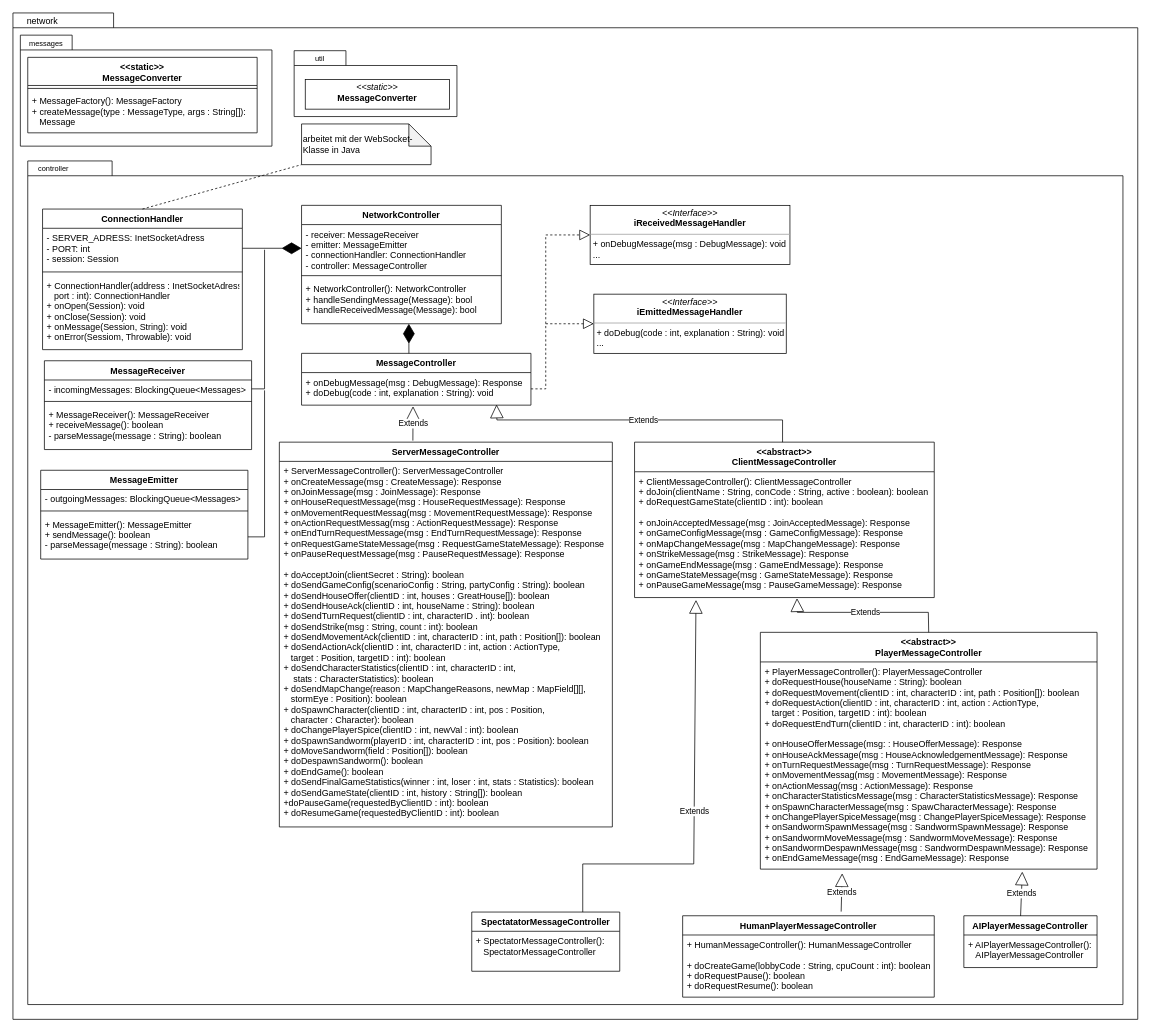
LeverageAlex/DuneRTS keeps this draw.io diagram as page "Netzwerk" (1 of 3) of Documentation/Models/Netzwerk-Klassendiagramm.drawio. Above is the earlier version. Source tidied: cells renumbered, new cells numbered last; positions are measured from the earlier drawing's top-left corner, leaving out a move shared by most shapes. Both pictures are drawn from the tidied source at 74%, with x=0, y=0 at pixel (13, 13).
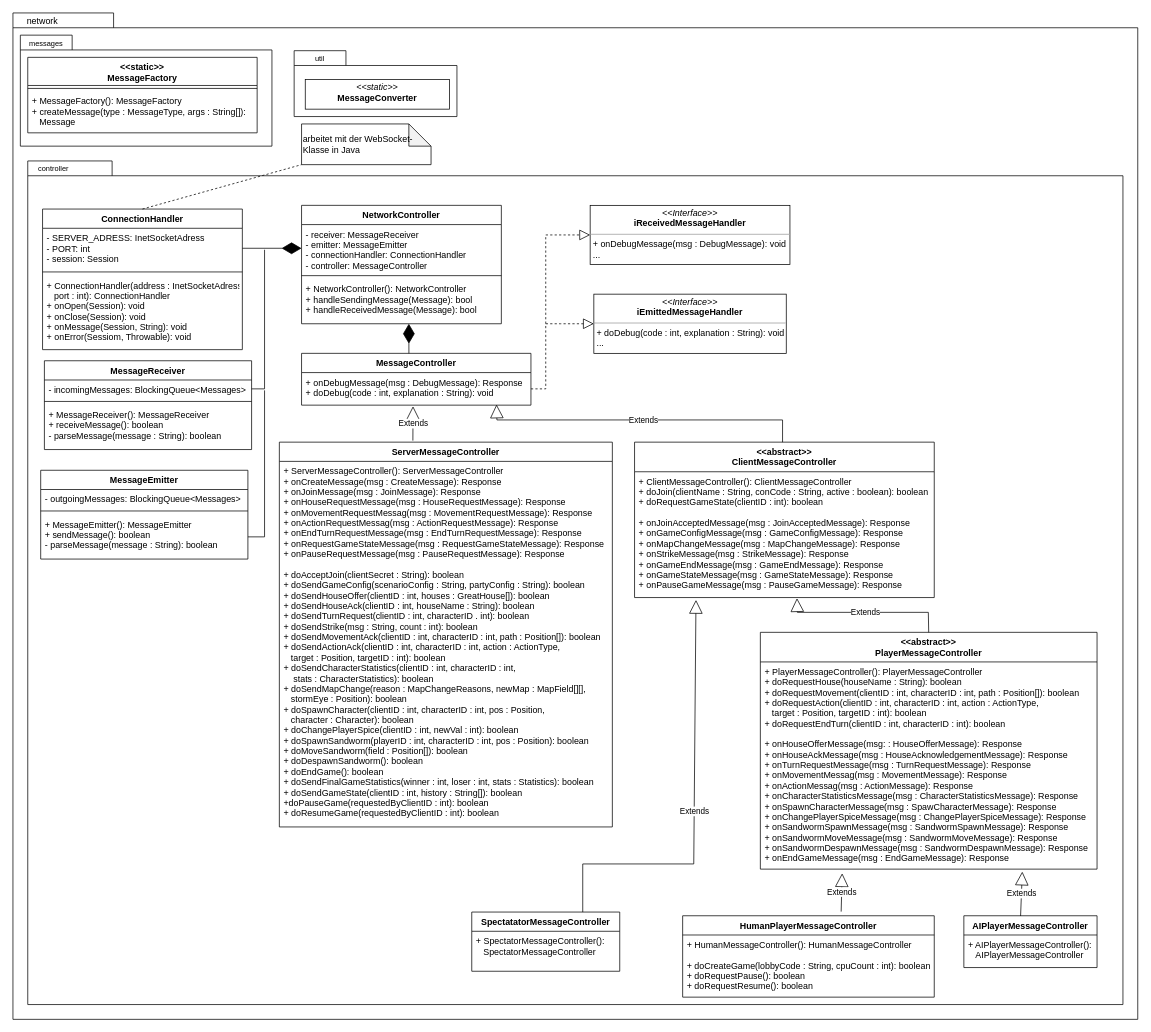
The same page after the edit.

Change to the diagram source:
```diff
@@
-    <mxCell id="5" value="&lt;&lt;static&gt;&gt;&#10;MessageConverter" style="swimlane;fontStyle=1;align=center;verticalAlign=top;horizontal=1;startSize=38;" parent="1" vertex="1">
+    <mxCell id="5" value="&lt;&lt;static&gt;&gt;&#10;MessageFactory&#10;" style="swimlane;fontStyle=1;align=center;verticalAlign=top;horizontal=1;startSize=38;" parent="1" vertex="1">
       <mxGeometry x="20" y="60" width="310" height="102" as="geometry" />
     </mxCell>
```
